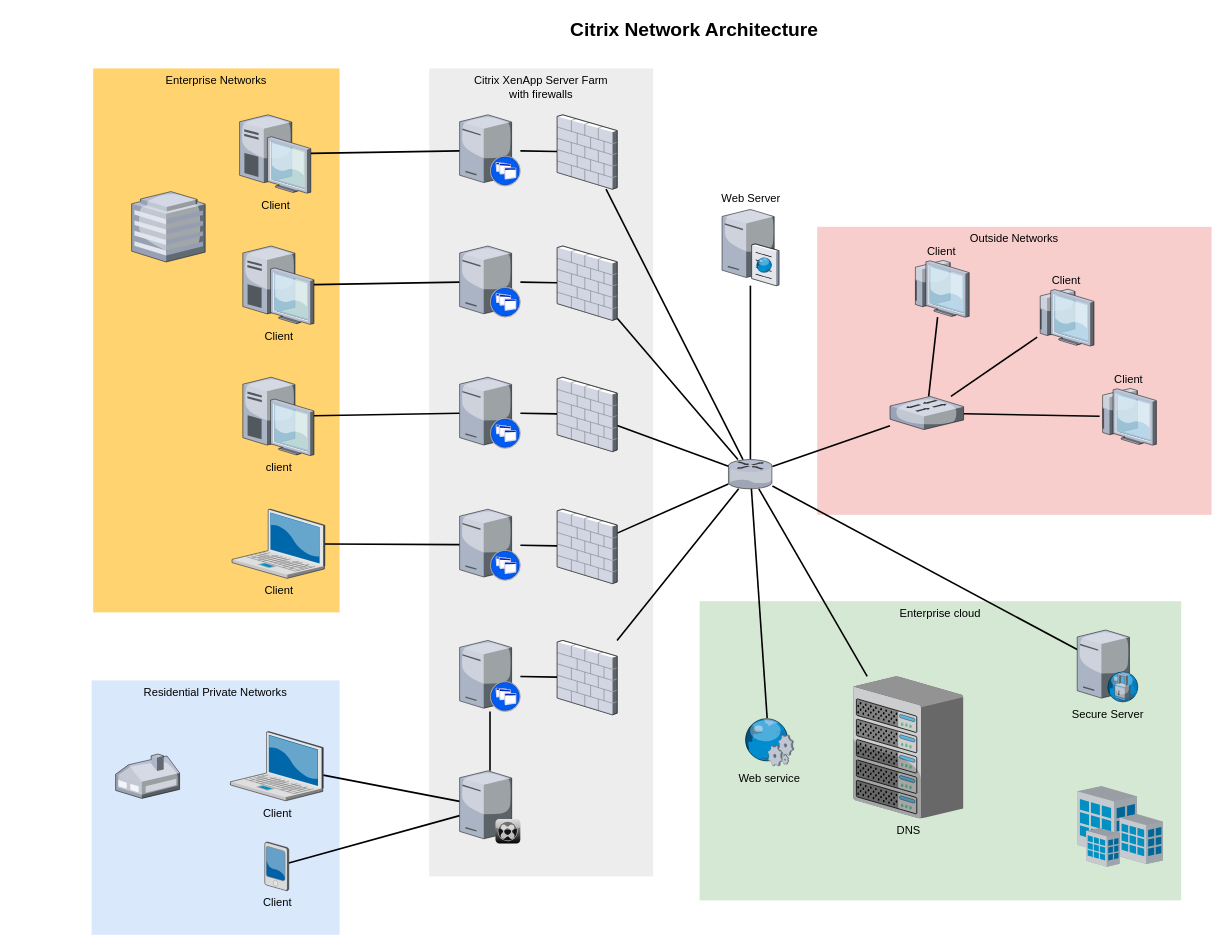
This is test.drawio from jijiajia19/draw.io.cache, a draw.io file, before an edit. Source tidied: cells renumbered, new cells numbered last; positions are measured from the earlier drawing's top-left corner, leaving out a move shared by most shapes. Both pictures are drawn from the tidied source at 80%, with x=0, y=0 at pixel (91, 14).
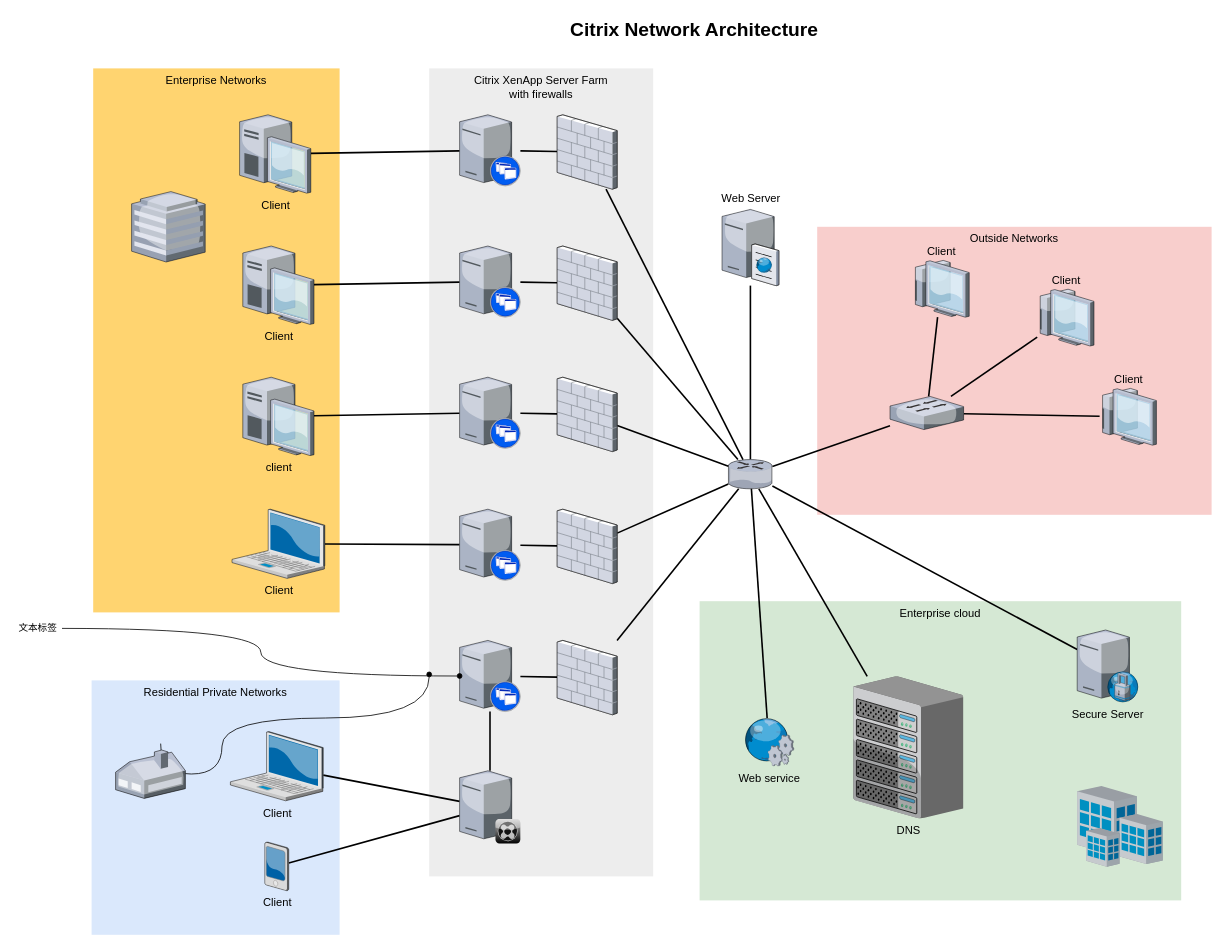
Above is the later version.

Unchanged cells that the change refers to:
```xml
<mxCell id="4" value="Citrix XenApp Server Farm&lt;div&gt;with firewalls&lt;/div&gt;" style="whiteSpace=wrap;html=1;fillColor=#EDEDED;fontSize=14;strokeColor=none;verticalAlign=top;" parent="1" vertex="1">
  <mxGeometry x="422" y="68" width="280" height="1010" as="geometry" />
</mxCell>
<mxCell id="20" style="verticalLabelPosition=bottom;html=1;verticalAlign=top;strokeColor=none;shape=mxgraph.citrix.xenapp_server;fillColor=#66B2FF;gradientColor=#0066CC;fontSize=14;" parent="1" vertex="1">
  <mxGeometry x="460" y="783" width="76" height="89" as="geometry" />
</mxCell>
```

What changed in the source:
```diff
@@
+    <mxCell id="62" style="edgeStyle=orthogonalEdgeStyle;jettySize=auto;html=1;entryX=0;entryY=0.75;entryDx=0;entryDy=0;exitX=0.646;exitY=-0.132;exitDx=0;exitDy=0;exitPerimeter=0;endArrow=oval;endFill=1;curved=1;" parent="1" edge="1" source="48" target="4">
+      <mxGeometry relative="1" as="geometry">
+        <Array as="points">
+          <mxPoint x="86" y="950" />
+          <mxPoint x="163" y="950" />
+          <mxPoint x="163" y="880" />
+          <mxPoint x="422" y="880" />
+        </Array>
+      </mxGeometry>
+    </mxCell>
     <mxCell id="48" style="verticalLabelPosition=bottom;html=1;verticalAlign=top;strokeColor=none;shape=mxgraph.citrix.home_office;fillColor=#66B2FF;gradientColor=#0066CC;fontSize=14;" parent="1" vertex="1">
-      <mxGeometry x="30" y="925" width="80" height="55.5" as="geometry" />
+      <mxGeometry x="30" y="920" width="87.2" height="60.5" as="geometry" />
     </mxCell>
@@
+    <mxCell id="63" style="edgeStyle=orthogonalEdgeStyle;curved=1;jettySize=auto;html=1;endArrow=oval;endFill=1;" parent="1" edge="1" source="64" target="20">
+      <mxGeometry relative="1" as="geometry" />
+    </mxCell>
+    <mxCell id="64" value="文本标签" style="text;html=1;strokeColor=none;fillColor=none;align=center;verticalAlign=middle;whiteSpace=wrap;rounded=0;" parent="1" vertex="1">
+      <mxGeometry x="-97" y="753" width="60" height="30" as="geometry" />
+    </mxCell>
```
